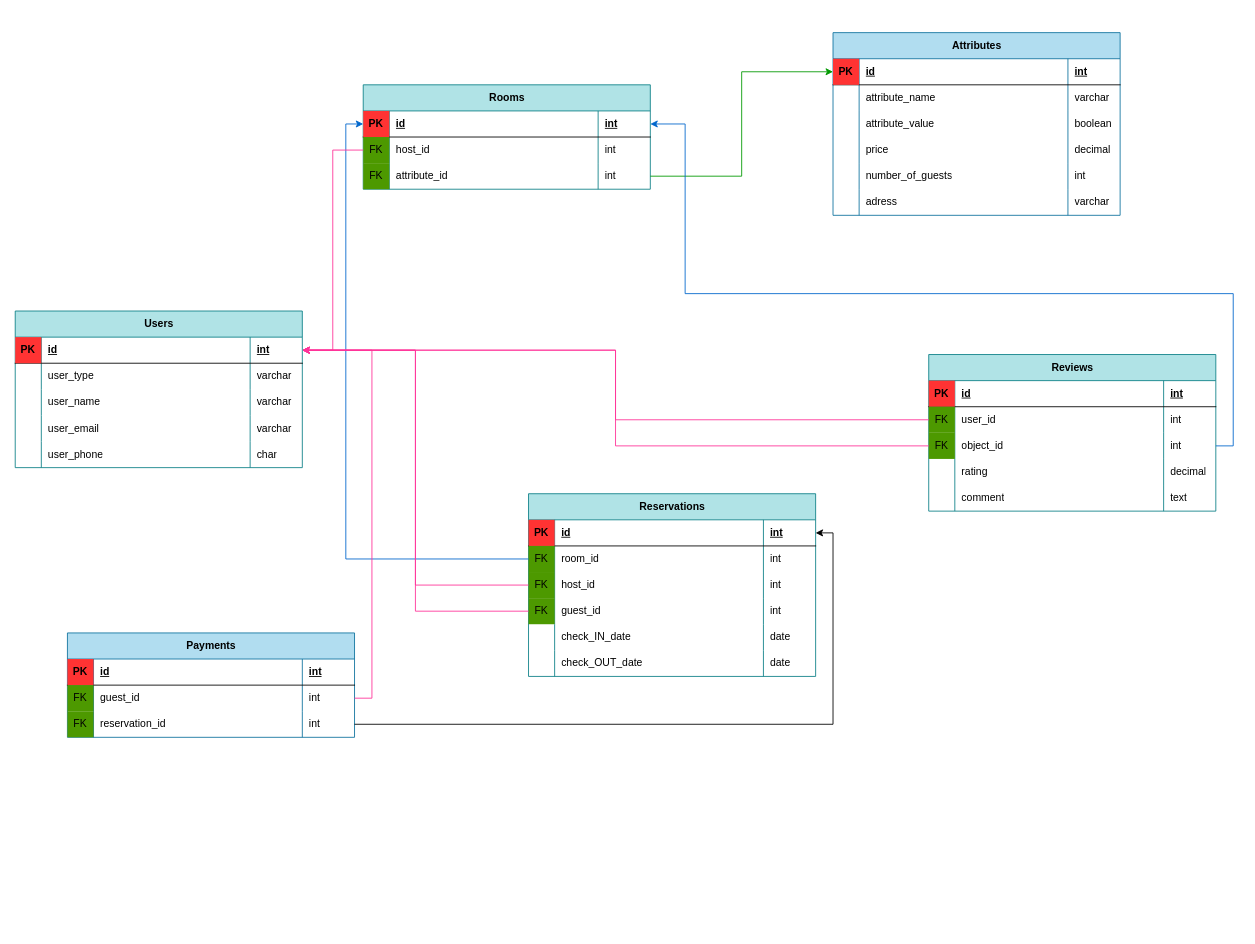
Earlier version of the draw.io diagram airbnb_diagram.drawio (Olha-Zhernosek/projector_homeworks). Source tidied: cells renumbered, new cells numbered last; positions are measured from the earlier drawing's top-left corner, leaving out a move shared by most shapes. Both pictures are drawn from the tidied source at 87%, with x=0, y=0 at pixel (15, 32).
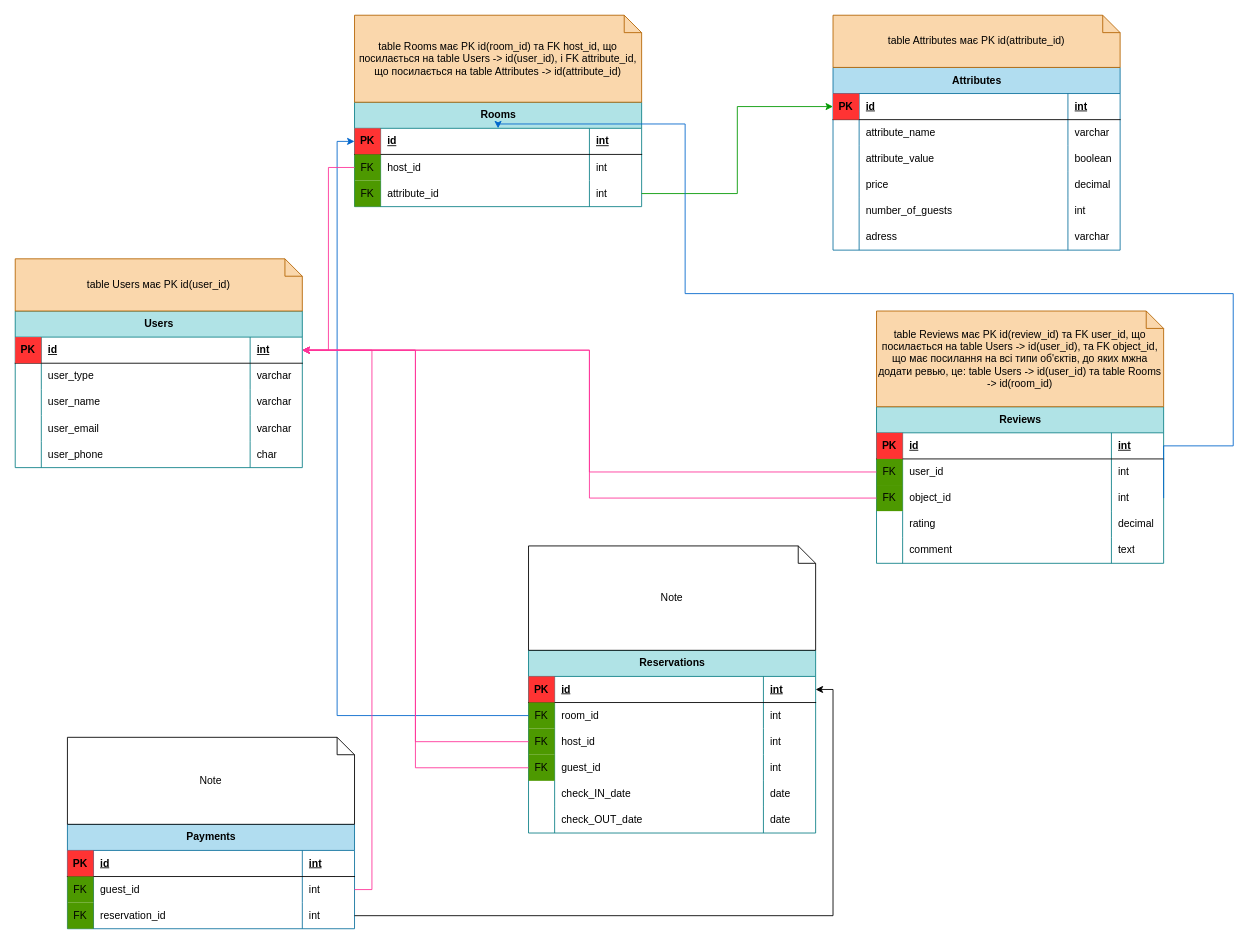
The same page after the edit.

Diff of the diagram source:
```diff
@@
     <mxCell id="23" value="Reviews" style="shape=table;startSize=30;childLayout=tableLayout;rowLines=0;fontStyle=1;align=center;html=1;fillColor=#b0e3e6;strokeColor=#0e8088;" parent="1" vertex="1">
-      <mxGeometry x="1050" y="370" width="330" height="180" as="geometry" />
+      <mxGeometry x="990" y="430" width="330" height="180" as="geometry" />
     </mxCell>
@@
     <mxCell id="44" value="Reservations" style="shape=table;startSize=30;childLayout=tableLayout;rowLines=0;fontStyle=1;align=center;html=1;fillColor=#b0e3e6;strokeColor=#0e8088;" parent="1" vertex="1">
-      <mxGeometry x="590" y="530" width="330" height="210" as="geometry" />
+      <mxGeometry x="590" y="710" width="330" height="210" as="geometry" />
     </mxCell>
@@
     <mxCell id="69" value="Rooms" style="shape=table;startSize=30;childLayout=tableLayout;rowLines=0;fontStyle=1;align=center;html=1;fillColor=#b0e3e6;strokeColor=#0e8088;" parent="1" vertex="1">
-      <mxGeometry x="400" y="60" width="330" height="120" as="geometry" />
+      <mxGeometry x="390" y="80" width="330" height="120" as="geometry" />
     </mxCell>
@@
     <mxCell id="82" value="Attributes" style="shape=table;startSize=30;childLayout=tableLayout;rowLines=0;fontStyle=1;align=center;html=1;fillColor=#b1ddf0;strokeColor=#10739e;" parent="1" vertex="1">
-      <mxGeometry x="940" width="330" height="210" as="geometry" />
+      <mxGeometry x="940" y="40" width="330" height="210" as="geometry" />
     </mxCell>
@@
     <mxCell id="113" value="Payments" style="shape=table;startSize=30;childLayout=tableLayout;rowLines=0;fontStyle=1;align=center;html=1;fillColor=#b1ddf0;strokeColor=#10739e;" parent="1" vertex="1">
-      <mxGeometry x="60" y="690" width="330" height="120" as="geometry" />
+      <mxGeometry x="60" y="910" width="330" height="120" as="geometry" />
     </mxCell>
@@
+    <mxCell id="130" value="table Users має PK id(user_id)" style="shape=note;size=20;whiteSpace=wrap;html=1;strokeColor=#b46504;fillColor=#fad7ac;" parent="1" vertex="1">
+      <mxGeometry y="260" width="330" height="60" as="geometry" />
+    </mxCell>
+    <mxCell id="131" value="table Rooms має PK id(room_id) та FK host_id, що посилається на table Users -&amp;gt; id(user_id), і FK attribute_id, що посилається на table Attributes -&amp;gt; id(attribute_id)" style="shape=note;size=20;whiteSpace=wrap;html=1;fillColor=#fad7ac;strokeColor=#b46504;" parent="1" vertex="1">
+      <mxGeometry x="390" y="-20" width="330" height="100" as="geometry" />
+    </mxCell>
+    <mxCell id="132" value="table Attributes має PK id(attribute_id)" style="shape=note;size=20;whiteSpace=wrap;html=1;fillColor=#fad7ac;strokeColor=#b46504;" parent="1" vertex="1">
+      <mxGeometry x="940" y="-20" width="330" height="60" as="geometry" />
+    </mxCell>
+    <mxCell id="133" value="table Reviews має PK id(review_id) та FK user_id, що посилається на table Users -&amp;gt; id(user_id), та FK object_id, що має посилання на всі типи об'єктів, до яких мжна додати ревью, це: table Users -&amp;gt; id(user_id) та table Rooms -&amp;gt; id(room_id)" style="shape=note;size=20;whiteSpace=wrap;html=1;fillColor=#fad7ac;strokeColor=#b46504;" parent="1" vertex="1">
+      <mxGeometry x="990" y="320" width="330" height="110" as="geometry" />
+    </mxCell>
+    <mxCell id="134" value="Note" style="shape=note;size=20;whiteSpace=wrap;html=1;" parent="1" vertex="1">
+      <mxGeometry x="590" y="590" width="330" height="120" as="geometry" />
+    </mxCell>
+    <mxCell id="135" value="Note" style="shape=note;size=20;whiteSpace=wrap;html=1;" parent="1" vertex="1">
+      <mxGeometry x="60" y="810" width="330" height="100" as="geometry" />
+    </mxCell>
```
